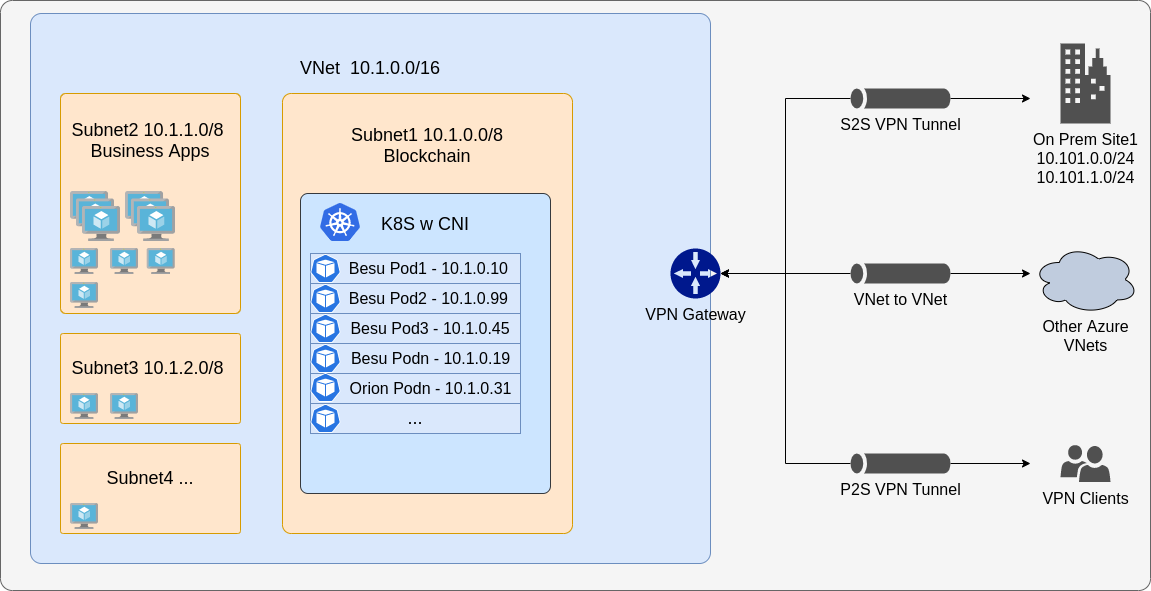
Above: static/aks_cni.png in Consensys/quorum-azure (draw.io), before the change. Source tidied: cells renumbered, new cells last; positions are measured from the earlier drawing's top-left corner, leaving out a move shared by most shapes.
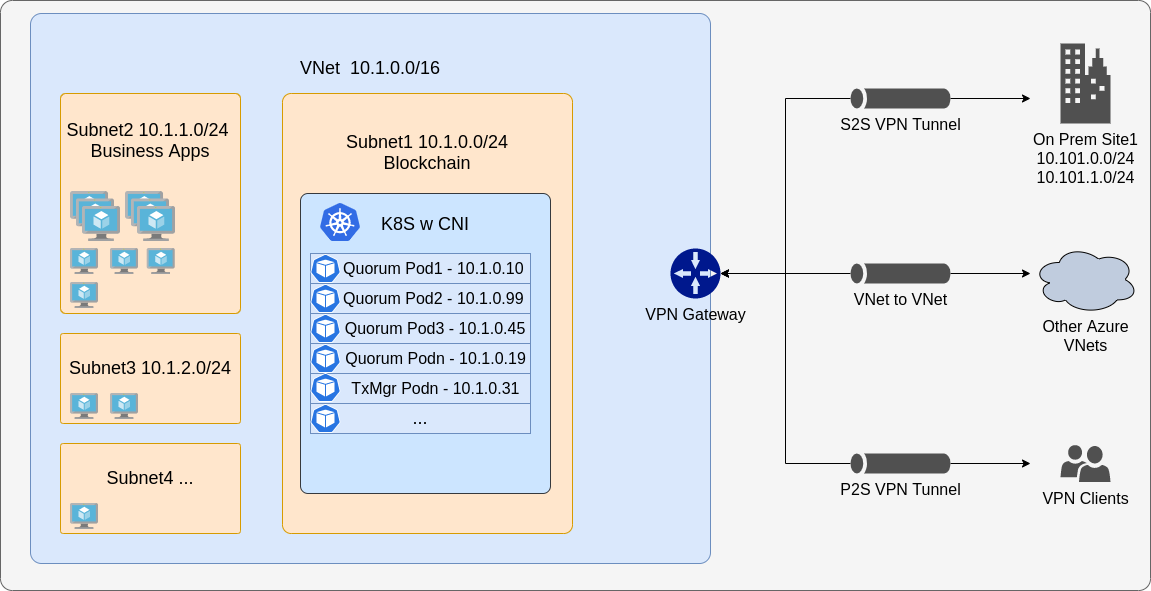
Above is the later version.

Change to the diagram source:
```diff
@@ -8,38 +8,38 @@
     <mxCell id="3" value="&lt;font style=&quot;font-size: 18px&quot;&gt;VNet&amp;nbsp; 10.1.0.0/16&lt;br&gt;&lt;br&gt;&lt;br&gt;&lt;br&gt;&lt;br&gt;&lt;br&gt;&lt;br&gt;&lt;br&gt;&lt;br&gt;&lt;br&gt;&lt;br&gt;&lt;br&gt;&lt;br&gt;&lt;br&gt;&lt;br&gt;&lt;br&gt;&lt;br&gt;&lt;br&gt;&lt;br&gt;&lt;br&gt;&lt;br&gt;&lt;br&gt;&lt;/font&gt;" style="rounded=1;whiteSpace=wrap;html=1;arcSize=2;fillColor=#dae8fc;strokeColor=#6c8ebf;" parent="1" vertex="1">
       <mxGeometry x="30" y="13" width="680" height="550" as="geometry" />
     </mxCell>
-    <mxCell id="4" value="&lt;font style=&quot;font-size: 18px&quot;&gt;Subnet1 10.1.0.0/8&lt;br&gt;&lt;/font&gt;&lt;font style=&quot;font-size: 18px&quot;&gt;Blockchain&lt;/font&gt;&lt;br&gt;&lt;br&gt;&lt;br&gt;&lt;br&gt;&lt;br&gt;&lt;br&gt;&lt;br&gt;&lt;br&gt;&lt;br&gt;&lt;br&gt;&lt;br&gt;&lt;br&gt;&lt;br&gt;&lt;br&gt;&lt;br&gt;&lt;br&gt;&lt;br&gt;&lt;br&gt;&lt;br&gt;&lt;br&gt;&lt;br&gt;&lt;br&gt;&lt;br&gt;&lt;br&gt;&lt;br&gt;" style="rounded=1;whiteSpace=wrap;html=1;arcSize=3;fillColor=#ffe6cc;strokeColor=#d79b00;" parent="1" vertex="1">
+    <mxCell id="4" value="&lt;font style=&quot;font-size: 18px&quot;&gt;Subnet1 10.1.0.0/24&lt;br&gt;&lt;/font&gt;&lt;font style=&quot;font-size: 18px&quot;&gt;Blockchain&lt;/font&gt;&lt;br&gt;&lt;br&gt;&lt;br&gt;&lt;br&gt;&lt;br&gt;&lt;br&gt;&lt;br&gt;&lt;br&gt;&lt;br&gt;&lt;br&gt;&lt;br&gt;&lt;br&gt;&lt;br&gt;&lt;br&gt;&lt;br&gt;&lt;br&gt;&lt;br&gt;&lt;br&gt;&lt;br&gt;&lt;br&gt;&lt;br&gt;&lt;br&gt;&lt;br&gt;&lt;br&gt;" style="rounded=1;whiteSpace=wrap;html=1;arcSize=3;fillColor=#ffe6cc;strokeColor=#d79b00;" parent="1" vertex="1">
       <mxGeometry x="282" y="93" width="290" height="440" as="geometry" />
     </mxCell>
     <mxCell id="5" value="&lt;font style=&quot;font-size: 18px&quot;&gt;K8S w CNI&lt;/font&gt;&lt;br&gt;&lt;br&gt;&lt;br&gt;&lt;br&gt;&lt;br&gt;&lt;br&gt;&lt;br&gt;&lt;br&gt;&lt;br&gt;&lt;br&gt;&lt;br&gt;&lt;br&gt;&lt;br&gt;&lt;br&gt;&lt;br&gt;&lt;br&gt;&lt;br&gt;&lt;br&gt;" style="rounded=1;whiteSpace=wrap;html=1;arcSize=3;strokeColor=#36393d;fillColor=#cce5ff;" parent="1" vertex="1">
       <mxGeometry x="300" y="193" width="250" height="300" as="geometry" />
     </mxCell>
-    <mxCell id="6" value="&lt;font style=&quot;font-size: 18px&quot;&gt;Subnet2 10.1.1.0/8 &lt;br&gt;Business Apps&lt;br&gt;&lt;br&gt;&lt;br&gt;&lt;br&gt;&lt;br&gt;&lt;br&gt;&lt;br&gt;&lt;/font&gt;" style="rounded=1;whiteSpace=wrap;html=1;arcSize=3;fillColor=#ffe6cc;strokeColor=#d79b00;" parent="1" vertex="1">
+    <mxCell id="6" value="&lt;font style=&quot;font-size: 18px&quot;&gt;Subnet2 10.1.1.0/24&amp;nbsp;&lt;br&gt;Business Apps&lt;br&gt;&lt;br&gt;&lt;br&gt;&lt;br&gt;&lt;br&gt;&lt;br&gt;&lt;br&gt;&lt;/font&gt;" style="rounded=1;whiteSpace=wrap;html=1;arcSize=3;fillColor=#ffe6cc;strokeColor=#d79b00;" parent="1" vertex="1">
       <mxGeometry x="60" y="93" width="180" height="220" as="geometry" />
     </mxCell>
-    <mxCell id="7" value="&lt;font style=&quot;font-size: 18px&quot;&gt;Subnet3 10.1.2.0/8 &lt;br&gt;&lt;br&gt;&lt;/font&gt;" style="rounded=1;whiteSpace=wrap;html=1;arcSize=3;fillColor=#ffe6cc;strokeColor=#d79b00;" parent="1" vertex="1">
+    <mxCell id="7" value="&lt;font style=&quot;font-size: 18px&quot;&gt;Subnet3 10.1.2.0/24&lt;br&gt;&lt;br&gt;&lt;/font&gt;" style="rounded=1;whiteSpace=wrap;html=1;arcSize=3;fillColor=#ffe6cc;strokeColor=#d79b00;" parent="1" vertex="1">
       <mxGeometry x="60" y="333" width="180" height="90" as="geometry" />
     </mxCell>
     <mxCell id="8" value="&lt;font style=&quot;font-size: 18px&quot;&gt;Subnet4 ...&lt;br&gt;&lt;br&gt;&lt;/font&gt;" style="rounded=1;whiteSpace=wrap;html=1;arcSize=3;fillColor=#ffe6cc;strokeColor=#d79b00;" parent="1" vertex="1">
       <mxGeometry x="60" y="443" width="180" height="90" as="geometry" />
     </mxCell>
-    <mxCell id="9" value="&lt;font&gt;&lt;font style=&quot;font-size: 16px&quot;&gt;&amp;nbsp; &amp;nbsp; &amp;nbsp; Besu Pod1 - 10.1.0.10&lt;/font&gt;&lt;br&gt;&lt;/font&gt;" style="rounded=0;whiteSpace=wrap;html=1;fontSize=16;fillColor=#dae8fc;strokeColor=#6c8ebf;" parent="1" vertex="1">
-      <mxGeometry x="310" y="253" width="210" height="30" as="geometry" />
+    <mxCell id="9" value="&lt;font&gt;&lt;font style=&quot;font-size: 16px&quot;&gt;&amp;nbsp; &amp;nbsp; &amp;nbsp; Quorum Pod1 - 10.1.0.10&lt;/font&gt;&lt;br&gt;&lt;/font&gt;" style="rounded=0;whiteSpace=wrap;html=1;fontSize=16;fillColor=#dae8fc;strokeColor=#6c8ebf;" parent="1" vertex="1">
+      <mxGeometry x="310" y="253" width="220" height="30" as="geometry" />
     </mxCell>
-    <mxCell id="10" value="&lt;font&gt;&lt;font style=&quot;font-size: 16px&quot;&gt;&amp;nbsp; &amp;nbsp; &amp;nbsp; Besu Pod2 - 10.1.0.99&lt;/font&gt;&lt;br&gt;&lt;/font&gt;" style="rounded=0;whiteSpace=wrap;html=1;fillColor=#dae8fc;strokeColor=#6c8ebf;" parent="1" vertex="1">
-      <mxGeometry x="310" y="283" width="210" height="30" as="geometry" />
+    <mxCell id="10" value="&lt;font&gt;&lt;font style=&quot;font-size: 16px&quot;&gt;&amp;nbsp; &amp;nbsp; &amp;nbsp; Quorum Pod2 - 10.1.0.99&lt;/font&gt;&lt;br&gt;&lt;/font&gt;" style="rounded=0;whiteSpace=wrap;html=1;fillColor=#dae8fc;strokeColor=#6c8ebf;" parent="1" vertex="1">
+      <mxGeometry x="310" y="283" width="220" height="30" as="geometry" />
     </mxCell>
-    <mxCell id="11" value="&lt;font style=&quot;font-size: 18px&quot;&gt;&amp;nbsp; &amp;nbsp; &amp;nbsp; &lt;/font&gt;&lt;font&gt;&lt;font style=&quot;font-size: 16px&quot;&gt;Besu Pod3 - 10.1.0.45&lt;/font&gt;&lt;br&gt;&lt;/font&gt;" style="rounded=0;whiteSpace=wrap;html=1;fillColor=#dae8fc;strokeColor=#6c8ebf;" parent="1" vertex="1">
-      <mxGeometry x="310" y="313" width="210" height="30" as="geometry" />
+    <mxCell id="11" value="&lt;font style=&quot;font-size: 18px&quot;&gt;&amp;nbsp; &amp;nbsp; &amp;nbsp; &lt;/font&gt;&lt;font&gt;&lt;font style=&quot;font-size: 16px&quot;&gt;Quorum Pod3 - 10.1.0.45&lt;/font&gt;&lt;br&gt;&lt;/font&gt;" style="rounded=0;whiteSpace=wrap;html=1;fillColor=#dae8fc;strokeColor=#6c8ebf;" parent="1" vertex="1">
+      <mxGeometry x="310" y="313" width="220" height="30" as="geometry" />
     </mxCell>
-    <mxCell id="12" value="&lt;font&gt;&lt;font style=&quot;font-size: 16px&quot;&gt;&amp;nbsp; &amp;nbsp; &amp;nbsp; &amp;nbsp;Besu Podn - 10.1.0.19&lt;/font&gt;&lt;br&gt;&lt;/font&gt;" style="rounded=0;whiteSpace=wrap;html=1;fillColor=#dae8fc;strokeColor=#6c8ebf;" parent="1" vertex="1">
-      <mxGeometry x="310" y="343" width="210" height="30" as="geometry" />
+    <mxCell id="12" value="&lt;font&gt;&lt;font style=&quot;font-size: 16px&quot;&gt;&amp;nbsp; &amp;nbsp; &amp;nbsp; &amp;nbsp;Quorum Podn - 10.1.0.19&lt;/font&gt;&lt;br&gt;&lt;/font&gt;" style="rounded=0;whiteSpace=wrap;html=1;fillColor=#dae8fc;strokeColor=#6c8ebf;" parent="1" vertex="1">
+      <mxGeometry x="310" y="343" width="220" height="30" as="geometry" />
     </mxCell>
-    <mxCell id="13" value="&lt;font&gt;&lt;font style=&quot;font-size: 16px&quot;&gt;&amp;nbsp; &amp;nbsp; &amp;nbsp; &amp;nbsp;Orion Podn - 10.1.0.31&lt;/font&gt;&lt;br&gt;&lt;/font&gt;" style="rounded=0;whiteSpace=wrap;html=1;fillColor=#dae8fc;strokeColor=#6c8ebf;" parent="1" vertex="1">
-      <mxGeometry x="310" y="373" width="210" height="30" as="geometry" />
+    <mxCell id="13" value="&lt;font&gt;&lt;font style=&quot;font-size: 16px&quot;&gt;&amp;nbsp; &amp;nbsp; &amp;nbsp; &amp;nbsp;TxMgr Podn - 10.1.0.31&lt;/font&gt;&lt;br&gt;&lt;/font&gt;" style="rounded=0;whiteSpace=wrap;html=1;fillColor=#dae8fc;strokeColor=#6c8ebf;" parent="1" vertex="1">
+      <mxGeometry x="310" y="373" width="220" height="30" as="geometry" />
     </mxCell>
     <mxCell id="14" value="&lt;font style=&quot;font-size: 18px&quot;&gt;...&lt;br&gt;&lt;/font&gt;" style="rounded=0;whiteSpace=wrap;html=1;fillColor=#dae8fc;strokeColor=#6c8ebf;" parent="1" vertex="1">
-      <mxGeometry x="310" y="403" width="210" height="30" as="geometry" />
+      <mxGeometry x="310" y="403" width="220" height="30" as="geometry" />
     </mxCell>
     <mxCell id="15" style="html=1;dashed=0;whitespace=wrap;fillColor=#2875E2;strokeColor=#ffffff;shape=mxgraph.kubernetes.icon;prIcon=pod;" parent="1" vertex="1">
       <mxGeometry x="310" y="248" width="30" height="40" as="geometry" />
```
